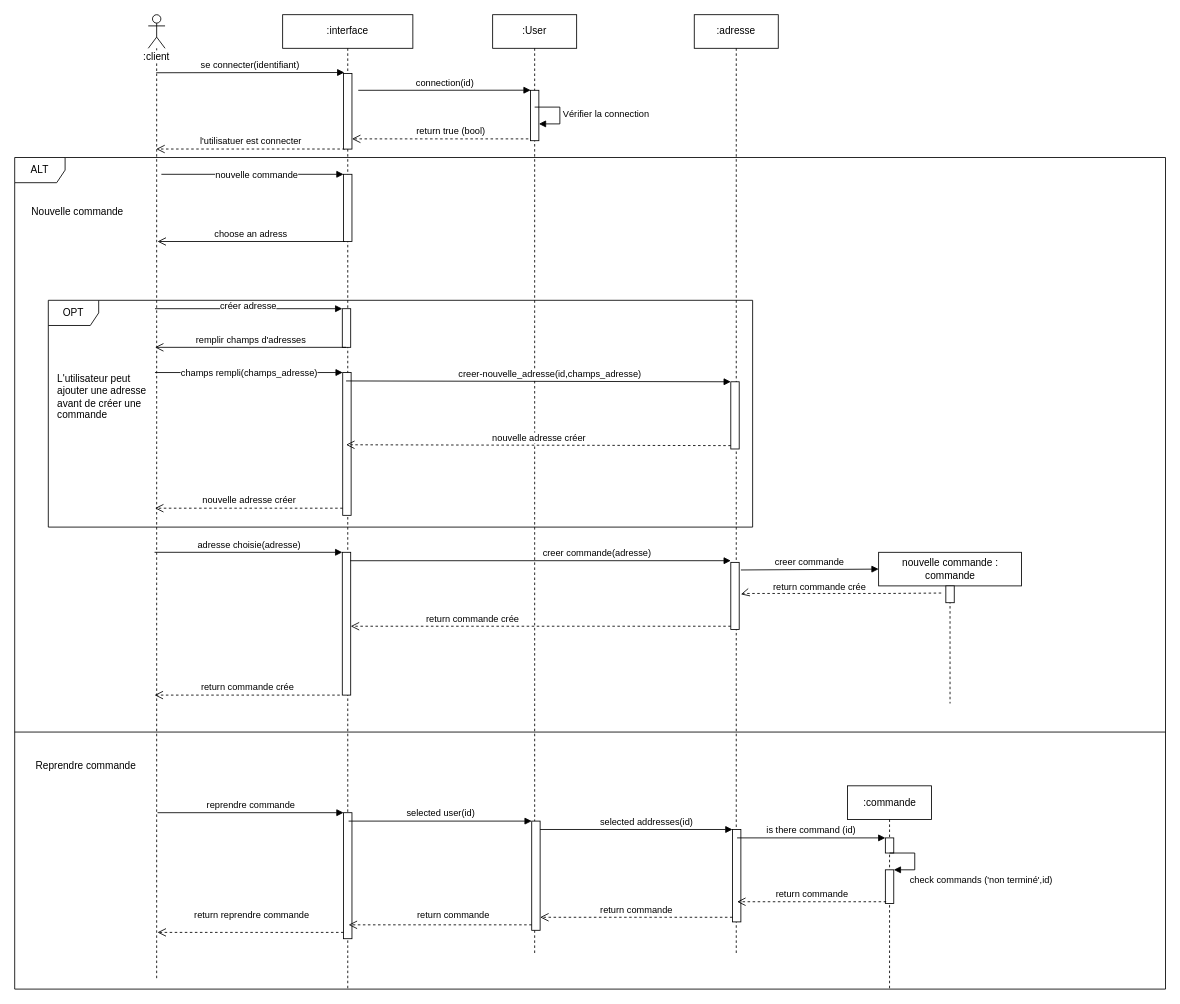
sebastien-deren/projet_4 keeps this draw.io diagram as page "créer commande" (2 of 4) of sequence_diagrams.drawio. Above is the earlier version. Source tidied: cells renumbered, new cells numbered last; positions are measured from the earlier drawing's top-left corner, leaving out a move shared by most shapes. Both pictures are drawn from the tidied source at 84%, with x=0, y=0 at pixel (14, 14).
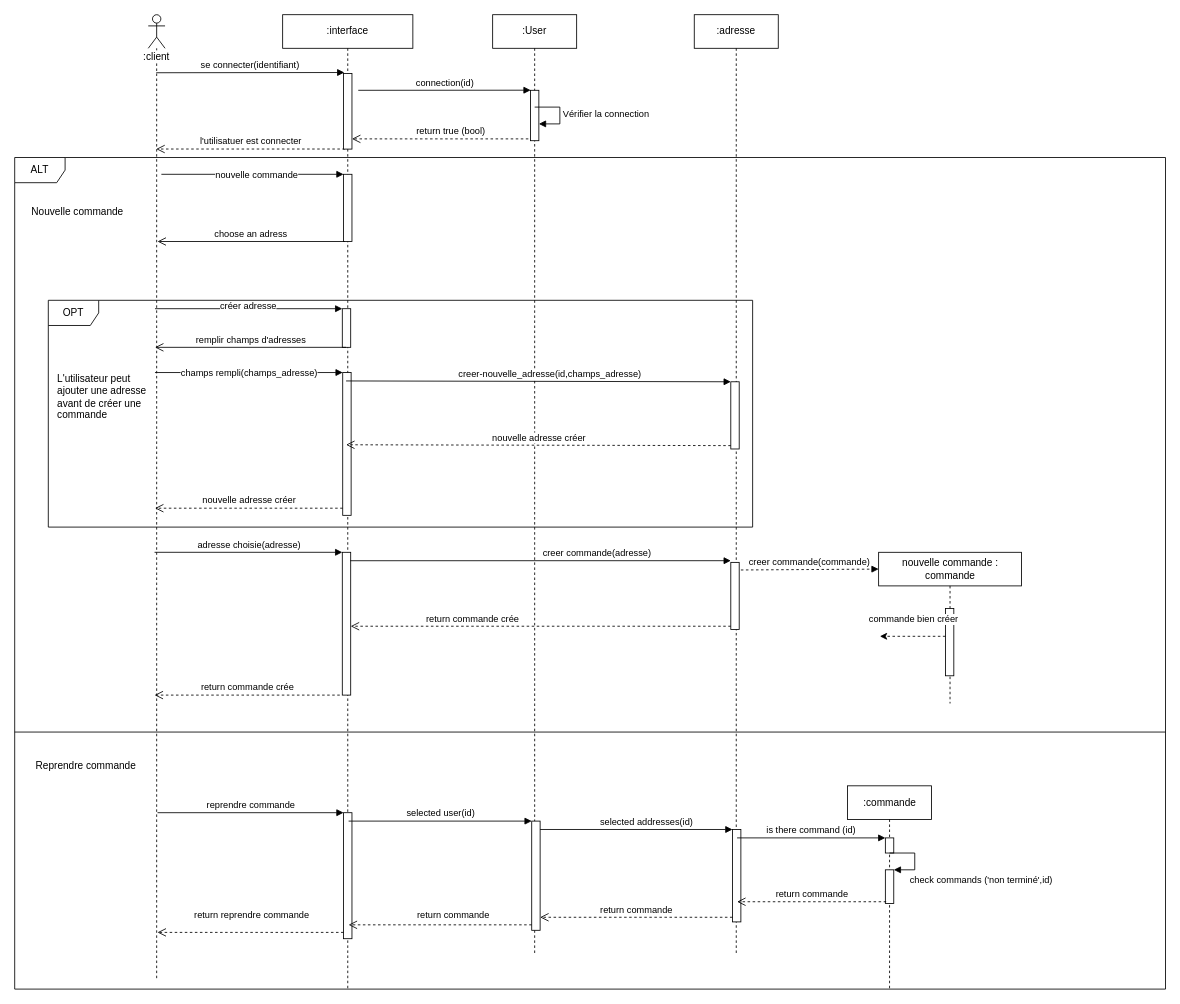
The same diagram, later.

The change refers to these unchanged cells:
```xml
<mxCell id="19" value="nouvelle commande : commande" style="shape=umlLifeline;perimeter=lifelinePerimeter;whiteSpace=wrap;html=1;labelBackgroundColor=default;" parent="1" vertex="1">
  <mxGeometry x="1028.5" y="640" width="170" height="180" as="geometry" />
</mxCell>
<mxCell id="24" style="html=1;points=[];perimeter=orthogonalPerimeter;" parent="23" vertex="1">
  <mxGeometry x="43.5" y="652" width="10" height="80" as="geometry" />
</mxCell>
```

Diff of the diagram source:
```diff
@@
+    <mxCell id="37" value="ALT" style="shape=umlFrame;whiteSpace=wrap;html=1;labelBackgroundColor=default;" parent="1" vertex="1">
+      <mxGeometry y="170" width="1370" height="990" as="geometry" />
+    </mxCell>
@@
-    <mxCell id="20" style="html=1;perimeter=orthogonalPerimeter;" parent="19" vertex="1">
-      <mxGeometry x="80" y="40" width="10" height="20" as="geometry" />
-    </mxCell>
-    <mxCell id="21" value="return commande crée" style="html=1;verticalAlign=bottom;endArrow=open;dashed=1;endSize=8;rounded=0;entryX=1.2;entryY=0.488;entryDx=0;entryDy=0;entryPerimeter=0;" parent="19" edge="1">
-      <mxGeometry x="0.21" y="1" relative="1" as="geometry">
-        <mxPoint x="74.5" y="48.5" as="sourcePoint" />
-        <mxPoint x="-164" y="50" as="targetPoint" />
-        <Array as="points">
-          <mxPoint x="10" y="49" />
-          <mxPoint x="-40" y="49" />
-          <mxPoint x="-160" y="49" />
-        </Array>
-        <mxPoint x="-1" as="offset" />
-      </mxGeometry>
-    </mxCell>
+    <mxCell id="56" style="html=1;points=[];perimeter=orthogonalPerimeter;labelBackgroundColor=default;" parent="19" vertex="1">
+      <mxGeometry x="79.5" y="67" width="10" height="80" as="geometry" />
+    </mxCell>
@@
-    <mxCell id="27" value="creer commande" style="html=1;verticalAlign=bottom;endArrow=block;rounded=0;exitX=1.2;exitY=0.113;exitDx=0;exitDy=0;exitPerimeter=0;" parent="1" edge="1" source="24">
+    <mxCell id="27" value="creer commande(commande)" style="html=1;verticalAlign=bottom;endArrow=block;rounded=0;exitX=1.2;exitY=0.113;exitDx=0;exitDy=0;exitPerimeter=0;dashed=1;" parent="1" edge="1" source="24">
       <mxGeometry relative="1" as="geometry">
         <mxPoint x="1028.5" y="660" as="targetPoint" />
       </mxGeometry>
     </mxCell>
@@
-    <mxCell id="37" value="ALT" style="shape=umlFrame;whiteSpace=wrap;html=1;labelBackgroundColor=default;" parent="1" vertex="1">
-      <mxGeometry y="170" width="1370" height="990" as="geometry" />
-    </mxCell>
@@
+    <mxCell id="57" value="commande bien créer" style="endArrow=classic;html=1;rounded=0;dashed=1;" parent="1" edge="1" source="56">
+      <mxGeometry x="-0.03" y="-20" relative="1" as="geometry">
+        <mxPoint x="1030" y="740" as="targetPoint" />
+      </mxGeometry>
+    </mxCell>
```
